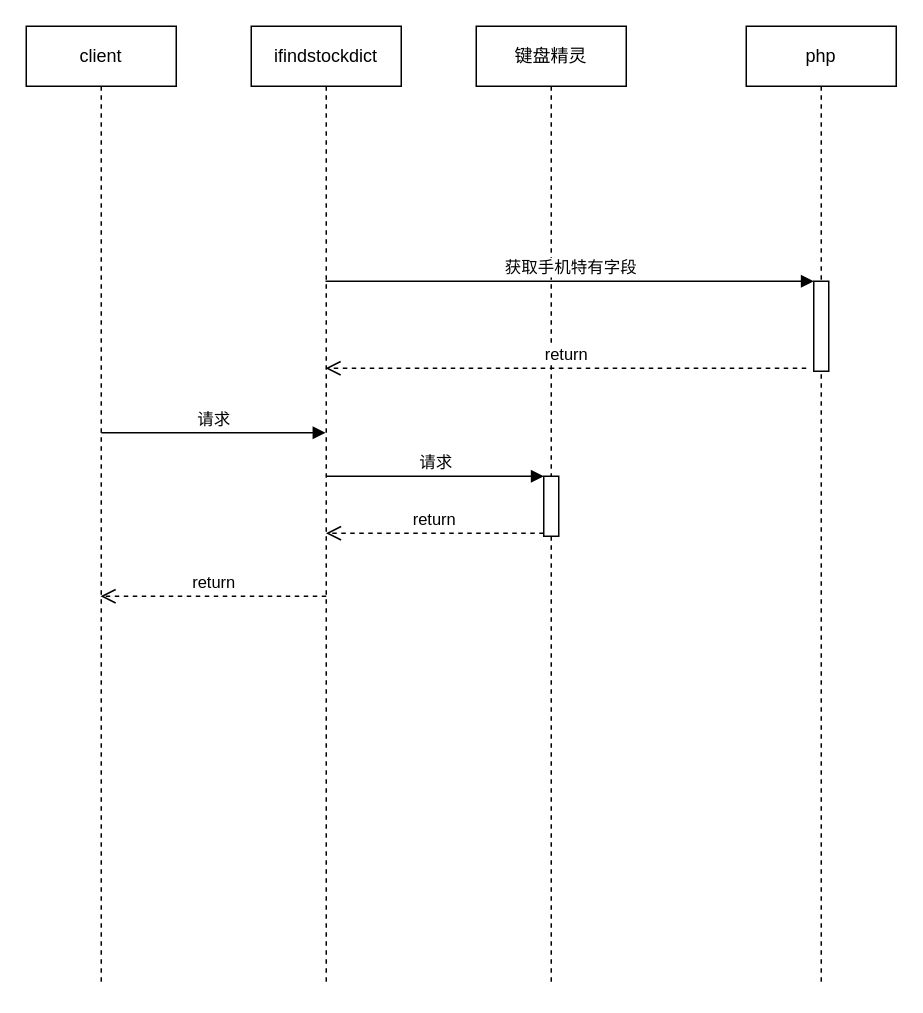
Above: Untitled Diagram.drawio in canglaodexiaohai/aikudeyu (draw.io), before the change. Source tidied: cells renumbered, new cells numbered last; positions are measured from the earlier drawing's top-left corner, leaving out a move shared by most shapes. Both pictures are drawn from the tidied source at 150%, with x=0, y=0 at pixel (26, 26).
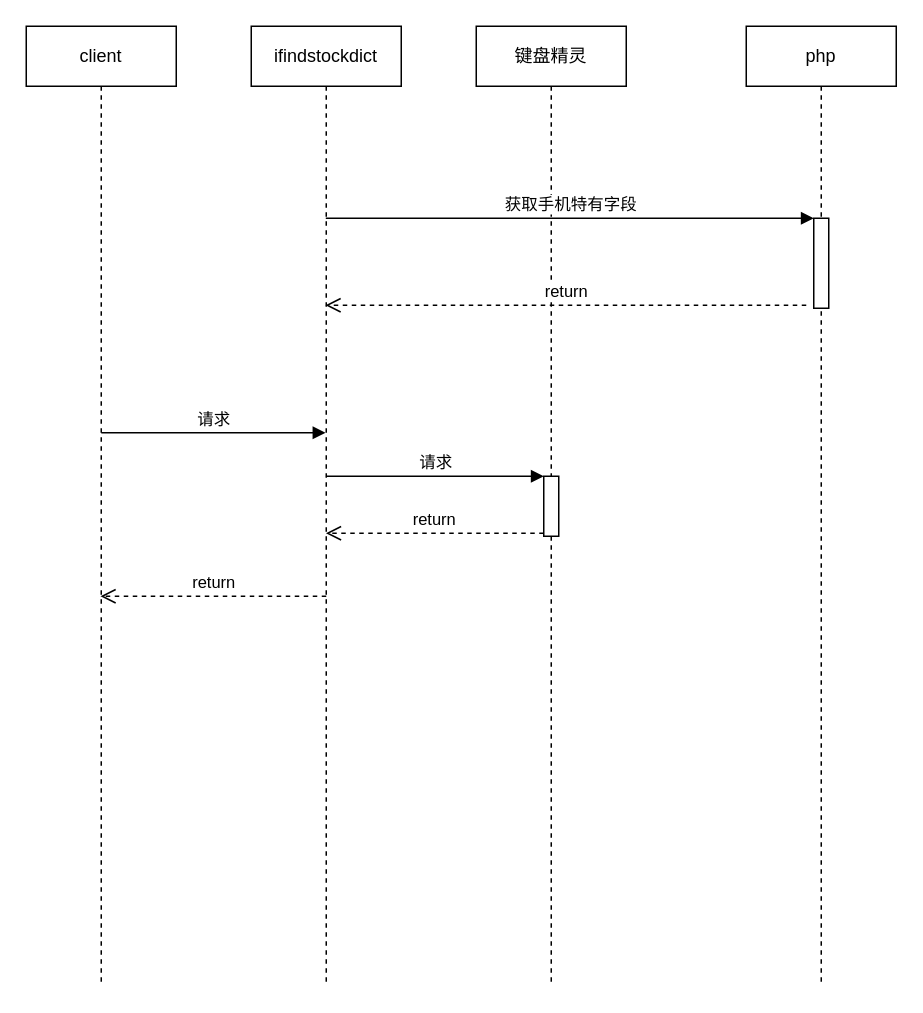
The same page after the edit.

Change to the diagram source:
```diff
@@
 <mxGraphModel>
   <root>
     <mxCell id="0" />
     <mxCell id="1" parent="0" />
     <mxCell id="2" value="client" style="shape=umlLifeline;perimeter=lifelinePerimeter;whiteSpace=wrap;html=1;outlineConnect=0;" parent="1" vertex="1">
       <mxGeometry width="100" height="640" as="geometry" />
     </mxCell>
     <mxCell id="3" value="请求" style="html=1;verticalAlign=bottom;endArrow=block;" parent="2" edge="1">
       <mxGeometry relative="1" as="geometry">
         <mxPoint x="50" y="271" as="sourcePoint" />
         <mxPoint x="199.5" y="271" as="targetPoint" />
       </mxGeometry>
     </mxCell>
     <mxCell id="4" value="ifindstockdict" style="shape=umlLifeline;perimeter=lifelinePerimeter;whiteSpace=wrap;html=1;outlineConnect=0;" parent="1" vertex="1">
       <mxGeometry x="150" width="100" height="640" as="geometry" />
     </mxCell>
     <mxCell id="5" value="键盘精灵" style="shape=umlLifeline;perimeter=lifelinePerimeter;whiteSpace=wrap;html=1;" parent="1" vertex="1">
       <mxGeometry x="300" width="100" height="640" as="geometry" />
     </mxCell>
     <mxCell id="6" style="html=1;points=[];perimeter=orthogonalPerimeter;" parent="5" vertex="1">
       <mxGeometry x="45" y="300" width="10" height="40" as="geometry" />
     </mxCell>
     <mxCell id="7" value="php" style="shape=umlLifeline;perimeter=lifelinePerimeter;whiteSpace=wrap;html=1;" parent="1" vertex="1">
       <mxGeometry x="480" width="100" height="640" as="geometry" />
     </mxCell>
     <mxCell id="8" style="html=1;points=[];perimeter=orthogonalPerimeter;" parent="7" vertex="1">
-      <mxGeometry x="45" y="170" width="10" height="60" as="geometry" />
+      <mxGeometry x="45" y="128" width="10" height="60" as="geometry" />
     </mxCell>
     <mxCell id="9" value="return" style="html=1;verticalAlign=bottom;endArrow=open;dashed=1;endSize=8;" parent="1" edge="1">
       <mxGeometry relative="1" as="geometry">
-        <mxPoint x="520" y="228" as="sourcePoint" />
-        <mxPoint x="199.5" y="228" as="targetPoint" />
+        <mxPoint x="520" y="186" as="sourcePoint" />
+        <mxPoint x="199.5" y="186" as="targetPoint" />
       </mxGeometry>
     </mxCell>
-    <mxCell id="10" value="获取手机特有字段" style="html=1;verticalAlign=bottom;endArrow=block;entryX=0;entryY=0;" parent="1" edge="1" source="4" target="8">
-      <mxGeometry relative="1" as="geometry" />
+    <mxCell id="10" value="获取手机特有字段" style="html=1;verticalAlign=bottom;endArrow=block;entryX=0;entryY=0;" parent="1" edge="1" target="8">
+      <mxGeometry relative="1" as="geometry">
+        <mxPoint x="199.7" y="128" as="sourcePoint" />
+      </mxGeometry>
     </mxCell>
     <mxCell id="11" value="return" style="html=1;verticalAlign=bottom;endArrow=open;dashed=1;endSize=8;exitX=0;exitY=0.95;" parent="1" edge="1" source="6">
       <mxGeometry relative="1" as="geometry">
         <mxPoint x="199.8" y="338" as="targetPoint" />
       </mxGeometry>
     </mxCell>
     <mxCell id="12" value="请求" style="html=1;verticalAlign=bottom;endArrow=block;entryX=0;entryY=0;" parent="1" edge="1" target="6">
       <mxGeometry relative="1" as="geometry">
         <mxPoint x="199.8" y="300" as="sourcePoint" />
       </mxGeometry>
     </mxCell>
     <mxCell id="13" value="return" style="html=1;verticalAlign=bottom;endArrow=open;dashed=1;endSize=8;" parent="1" edge="1" target="2">
       <mxGeometry relative="1" as="geometry">
         <mxPoint x="200" y="380" as="sourcePoint" />
       </mxGeometry>
     </mxCell>
   </root>
 </mxGraphModel>
```
